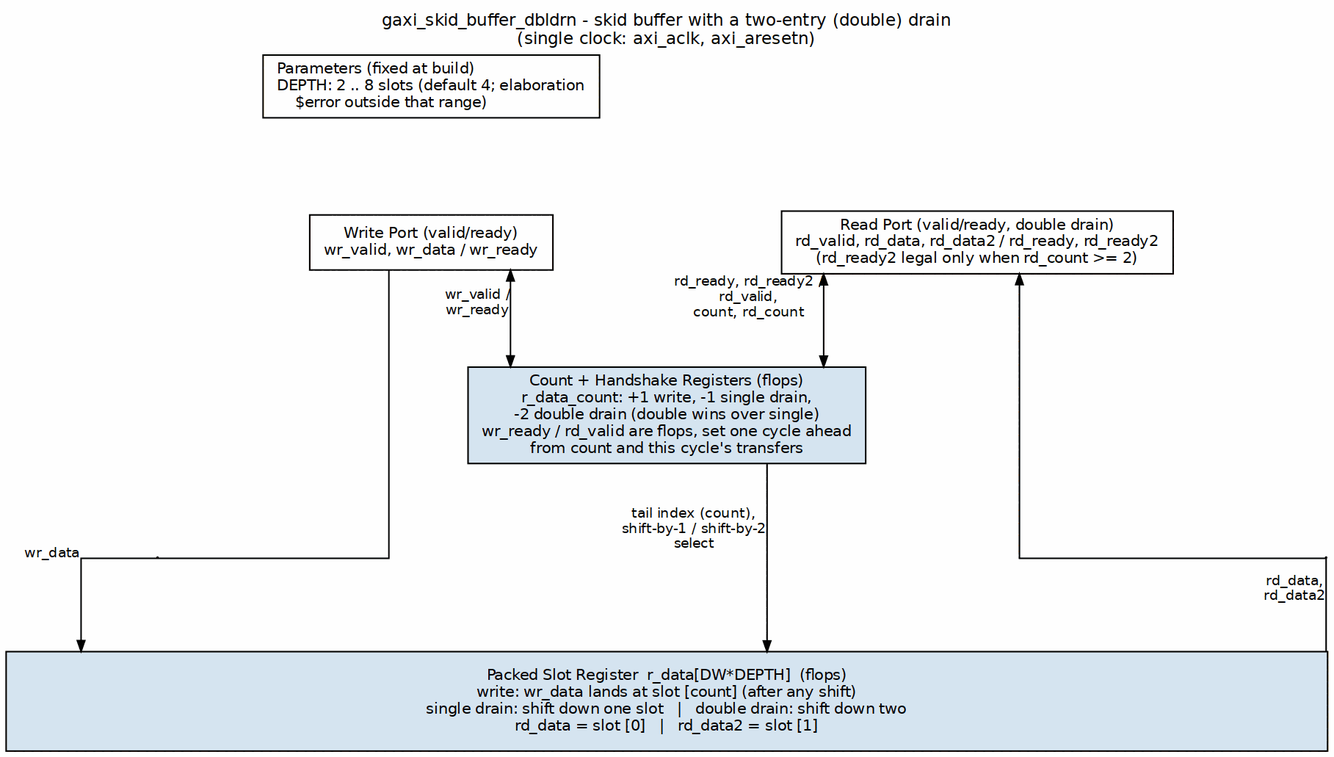
This is docs/markdown/assets/rtl-amba/graphviz/gaxi_skid_buffer_dbldrn.png from sean-galloway/RTLDesignSherpa, a Graphviz export, as it was before one commit. Its source is kept beside it as docs/markdown/assets/rtl-amba/graphviz/gaxi_skid_buffer_dbldrn.dot.
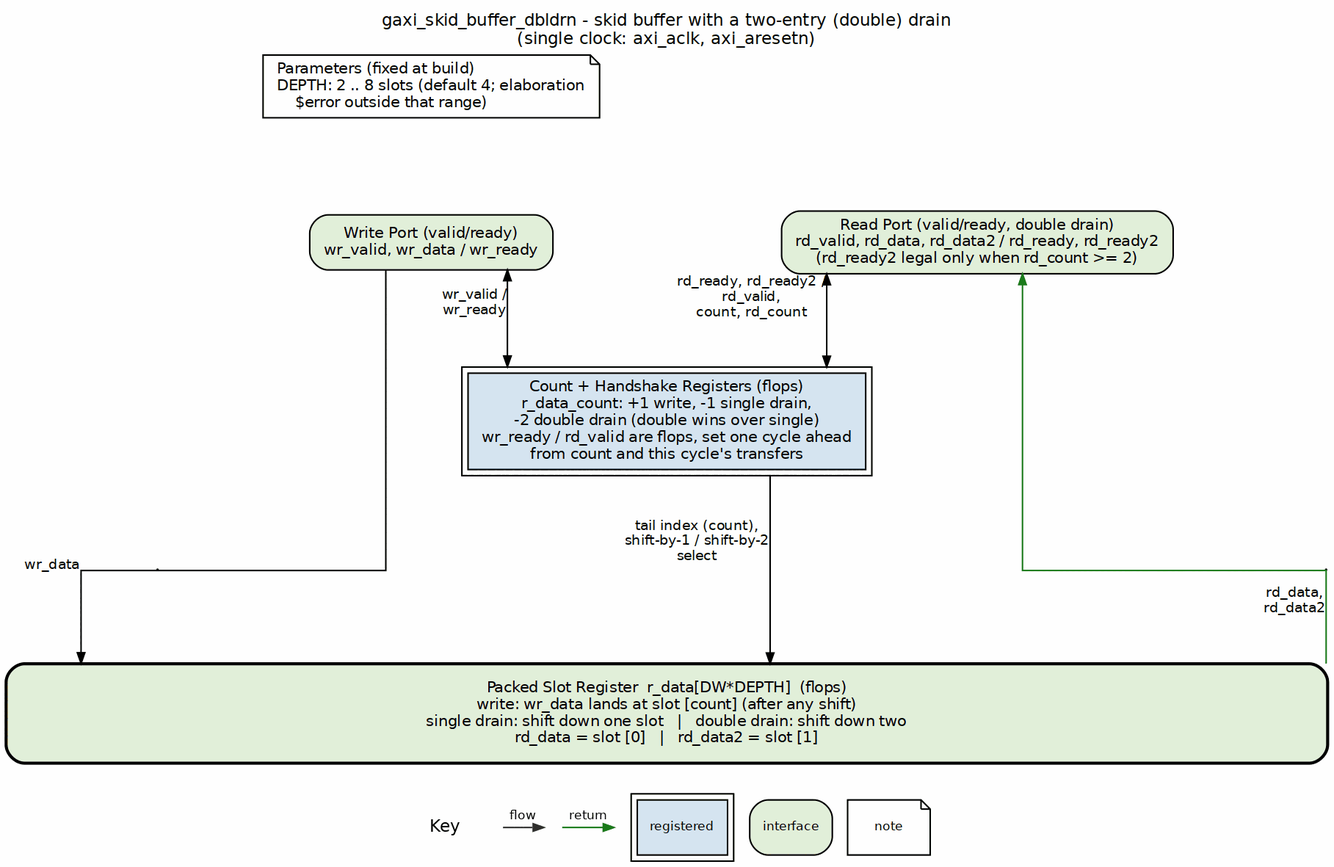
Later version of the same file.

The edit, as a diff of the source:
```diff
@@ -4,18 +4,18 @@
            label="gaxi_skid_buffer_dbldrn - skid buffer with a two-entry (double) drain\n(single clock: axi_aclk, axi_aresetn)",
            labelloc=t, labeljust=c];
     node  [fontname="Helvetica", fontsize=10, shape=box, style=filled,
-           fillcolor="#D6E4F0", color="black", margin="0.12,0.06"];
+           fillcolor="white", color="black", margin="0.12,0.06"];
     edge  [fontname="Helvetica", fontsize=9, color="black", arrowsize=0.7];
 
-    prm [label="Parameters (fixed at build)\lDEPTH: 2 .. 8 slots (default 4; elaboration\l    $error outside that range)\l", fillcolor="white"];
+    prm [label="Parameters (fixed at build)\lDEPTH: 2 .. 8 slots (default 4; elaboration\l    $error outside that range)\l", fillcolor="white", shape=note];
 
-    wr_port [group=WO, label="Write Port (valid/ready)\nwr_valid, wr_data / wr_ready", fillcolor="white"];
-    rd_port [group=RO, label="Read Port (valid/ready, double drain)\nrd_valid, rd_data, rd_data2 / rd_ready, rd_ready2\n(rd_ready2 legal only when rd_count >= 2)", fillcolor="white"];
+    wr_port [group=WO, label="Write Port (valid/ready)\nwr_valid, wr_data / wr_ready", fillcolor="white", style="rounded,filled", fillcolor="#E2EFDA"];
+    rd_port [group=RO, label="Read Port (valid/ready, double drain)\nrd_valid, rd_data, rd_data2 / rd_ready, rd_ready2\n(rd_ready2 legal only when rd_count >= 2)", fillcolor="white", style="rounded,filled", fillcolor="#E2EFDA"];
 
-    ctl [group=C, label="Count + Handshake Registers (flops)\nr_data_count: +1 write, -1 single drain,\n-2 double drain (double wins over single)\nwr_ready / rd_valid are flops, set one cycle ahead\nfrom count and this cycle's transfers"];
+    ctl [group=C, label="Count + Handshake Registers (flops)\nr_data_count: +1 write, -1 single drain,\n-2 double drain (double wins over single)\nwr_ready / rd_valid are flops, set one cycle ahead\nfrom count and this cycle's transfers", peripheries=2, style="filled", fillcolor="#D6E4F0"];
 
     mem [group=C, label="Packed Slot Register  r_data[DW*DEPTH]  (flops)\nwrite: wr_data lands at slot [count] (after any shift)\nsingle drain: shift down one slot   |   double drain: shift down two\nrd_data = slot [0]   |   rd_data2 = slot [1]",
-         width=12.0, height=0.9];
+         width=12.0, height=0.9, style="rounded,filled,bold", fillcolor="#E2EFDA"];
 
     wr_port -> ctl [dir=both, xlabel="wr_valid /\nwr_ready"];
     rd_port -> ctl [dir=both, xlabel="rd_ready, rd_ready2 /\nrd_valid,\ncount, rd_count"];
@@ -27,8 +27,8 @@
     p_rdd [group=RD, shape=point, width=0.01];
     wr_port -> p_wd [arrowhead=none, headclip=false];
     p_wd -> mem [xlabel="wr_data", tailclip=false];
-    p_rdd -> mem [dir=none, tailclip=false, xlabel="rd_data,\nrd_data2"];
-    p_rdd -> rd_port [tailclip=false, constraint=false];
+    p_rdd -> mem [color="#1A7A1A", dir=none, tailclip=false, xlabel="rd_data,\nrd_data2"];
+    p_rdd -> rd_port [color="#1A7A1A", tailclip=false, constraint=false];
     aw -> p_wd [style=invis, weight=10];
     ar -> p_rdd [style=invis, weight=10];
 
```
